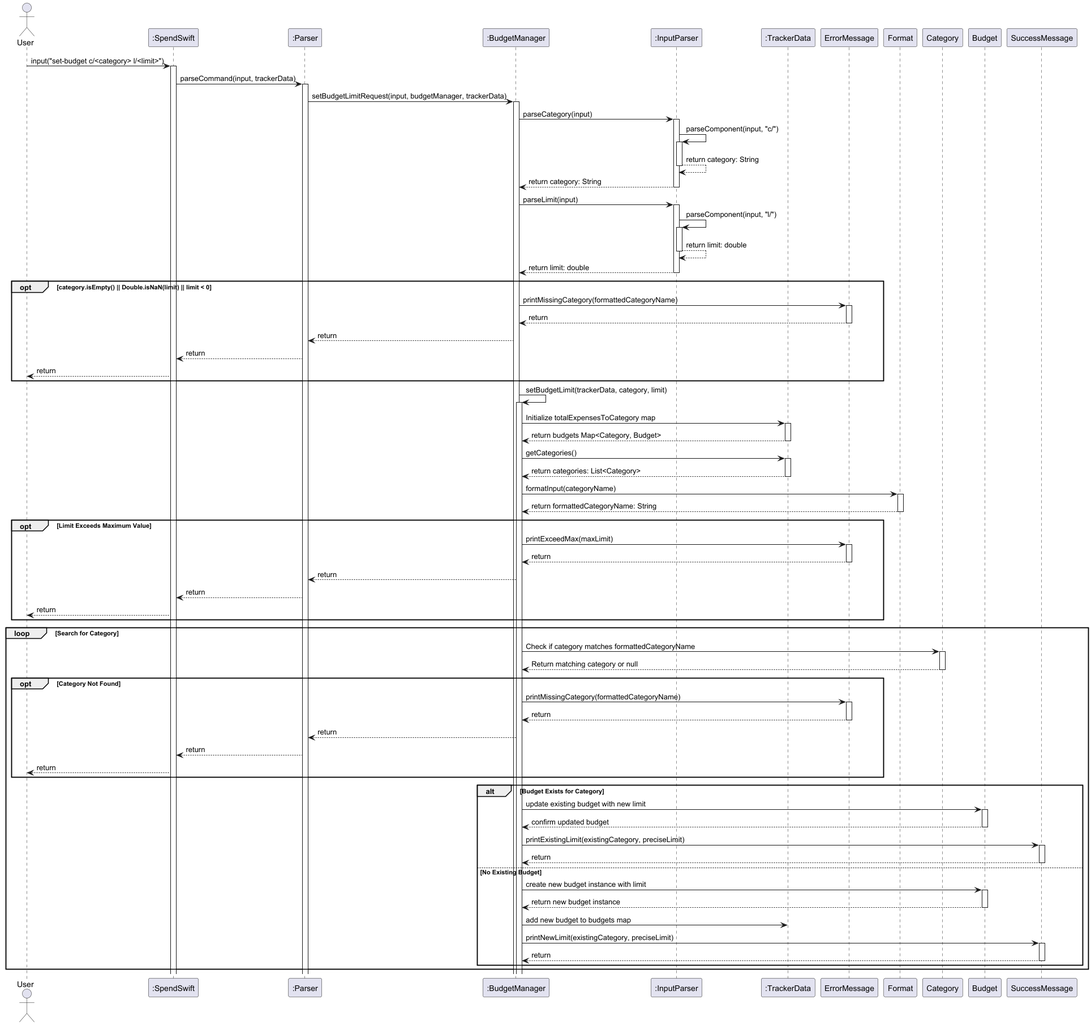
Earlier version of the PlantUML export docs/sequencediagrams/SetBudget.png (nus-cs2113-AY2425S1/tp).
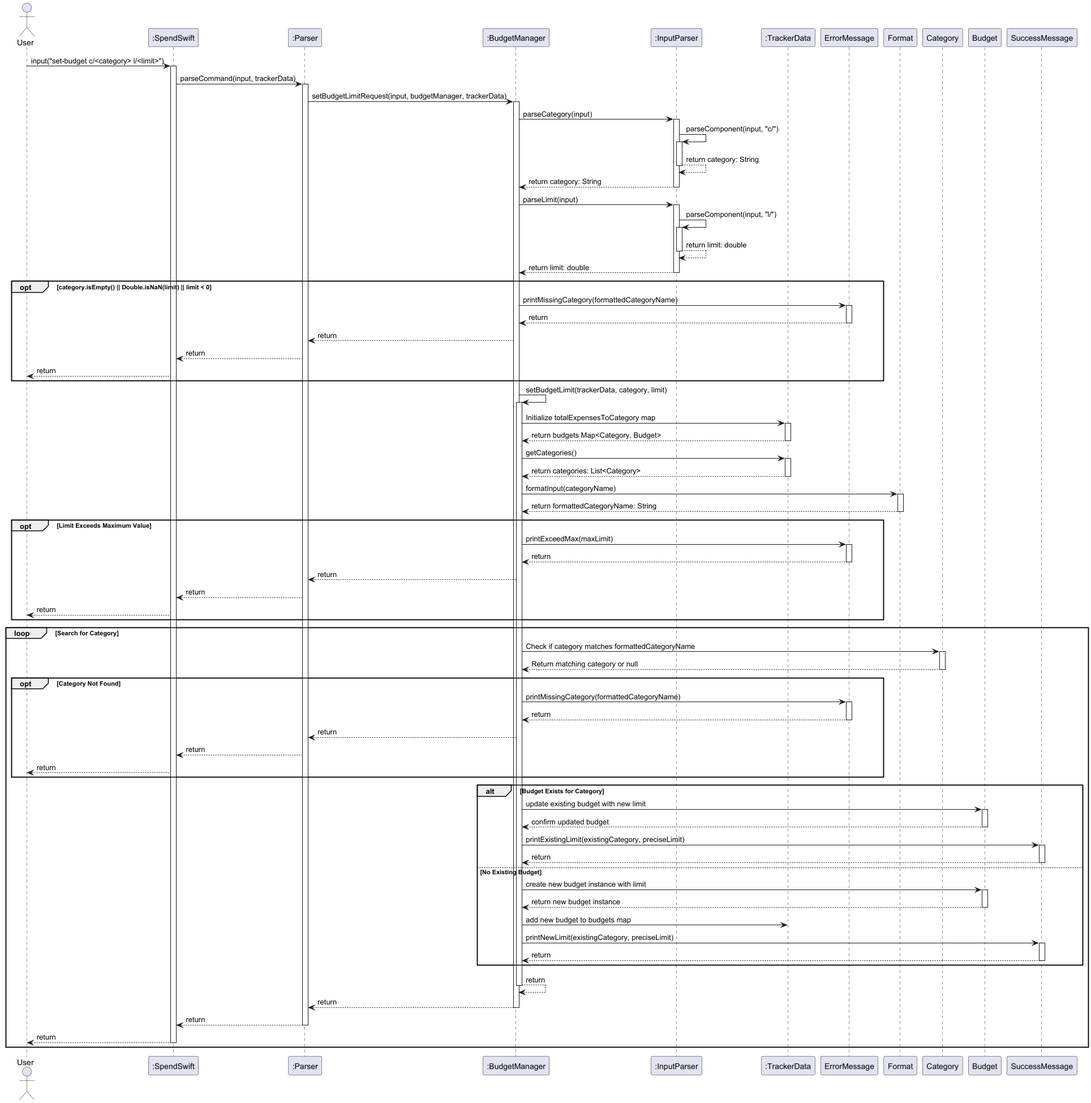
Above is the later version.

What changed in the source:
```diff
@@ -108,6 +108,18 @@
         deactivate SuccessMessage
     end
 
+    BudgetManager --> BudgetManager : return
+    deactivate BudgetManager
+
+    BudgetManager --> Parser : return
+    deactivate BudgetManager
+
+    Parser --> SpendSwift : return
+    deactivate Parser
+
+    SpendSwift --> User : return
+    deactivate SpendSwift
+
 end
 
 @enduml
```
